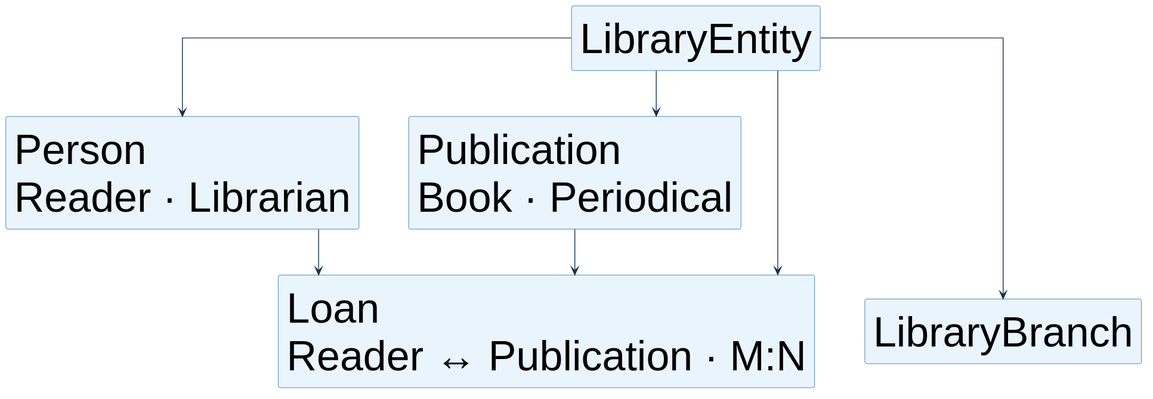
pank-suai/course-oop-library keeps this PlantUML diagram as presentation/diagrams/domain-overview.svg. Above is the earlier version.
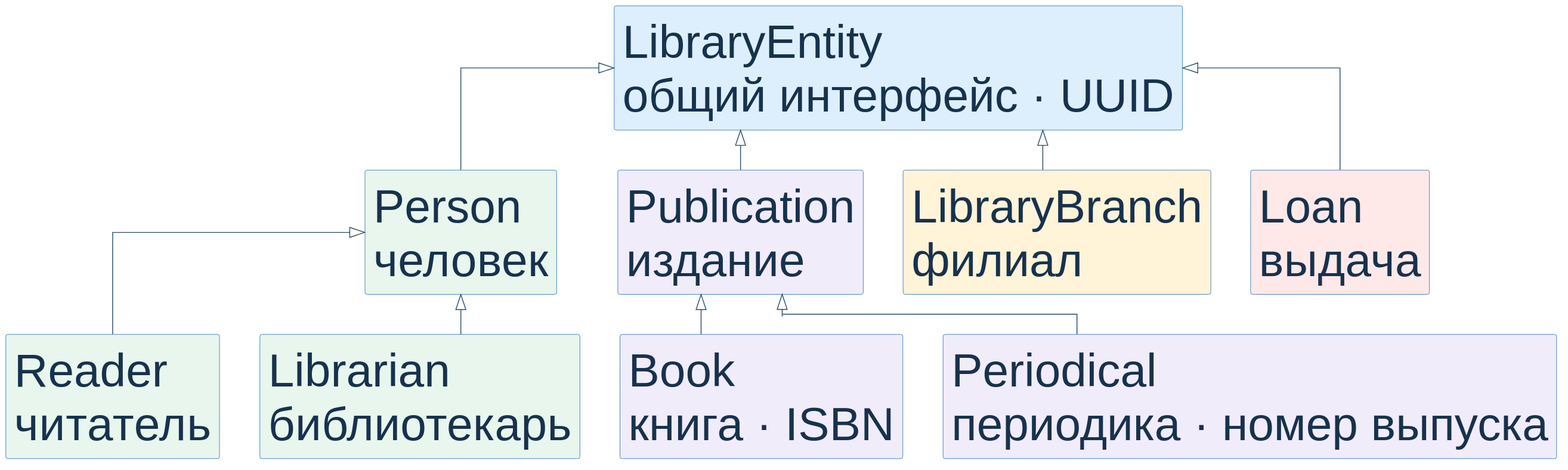
After the change.

The edit, as a diff of the source:
```diff
@@ -3,28 +3,39 @@
 skinparam backgroundColor transparent
 skinparam shadowing false
 skinparam defaultFontName Arial
-skinparam defaultFontSize 46
-skinparam rectangleFontSize 50
-skinparam ArrowFontSize 42
+skinparam defaultFontSize 54
+skinparam rectangleFontSize 56
 skinparam linetype ortho
-skinparam nodesep 60
-skinparam ranksep 55
+skinparam nodesep 48
+skinparam ranksep 48
+skinparam ArrowColor #274B6D
 skinparam RectangleBorderColor #005AAA
 skinparam RectangleBackgroundColor #EAF4FC
-skinparam ArrowColor #17324D
+skinparam RectangleFontColor #17324D
 
-rectangle "LibraryEntity" as E
-rectangle "Person\nReader · Librarian" as P
-rectangle "Publication\nBook · Periodical" as Pub
-rectangle "Loan\nReader ↔ Publication · M:N" as Loan
-rectangle "LibraryBranch" as Branch
+rectangle "LibraryEntity\nобщий интерфейс · UUID" as Entity #DDEFFC
+rectangle "Person\nчеловек" as Person #E8F6EE
+rectangle "Publication\nиздание" as Publication #F1ECFA
+rectangle "LibraryBranch\nфилиал" as Branch #FFF3D8
+rectangle "Loan\nвыдача" as Loan #FFE8E8
+rectangle "Reader\nчитатель" as Reader #E8F6EE
+rectangle "Librarian\nбиблиотекарь" as Librarian #E8F6EE
+rectangle "Book\nкнига · ISBN" as Book #F1ECFA
+rectangle "Periodical\nпериодика · номер выпуска" as Periodical #F1ECFA
 
-P -[hidden]right-> Pub
-Loan -[hidden]right-> Branch
-E -down-> P
-E -down-> Pub
-E -down-> Loan
-E -down-> Branch
-P -down-> Loan
-Pub -down-> Loan
+Entity <|-- Person
+Entity <|-- Publication
+Entity <|-- Branch
+Entity <|-- Loan
+Person <|-- Reader
+Person <|-- Librarian
+Publication <|-- Book
+Publication <|-- Periodical
+
+Person -[hidden]right- Publication
+Publication -[hidden]right- Branch
+Branch -[hidden]right- Loan
+Reader -[hidden]right- Librarian
+Librarian -[hidden]right- Book
+Book -[hidden]right- Periodical
 @enduml
```
